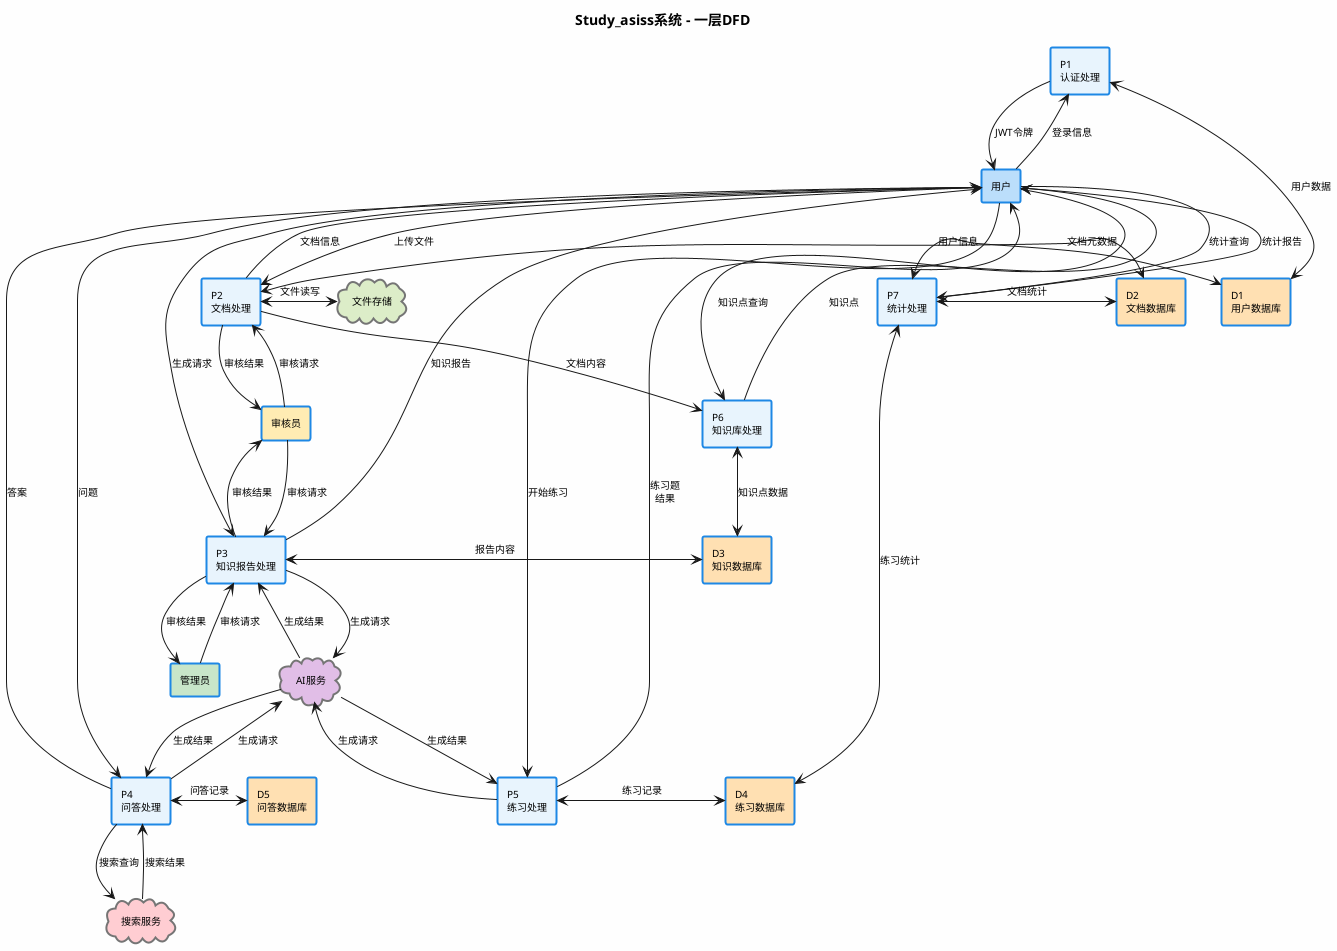
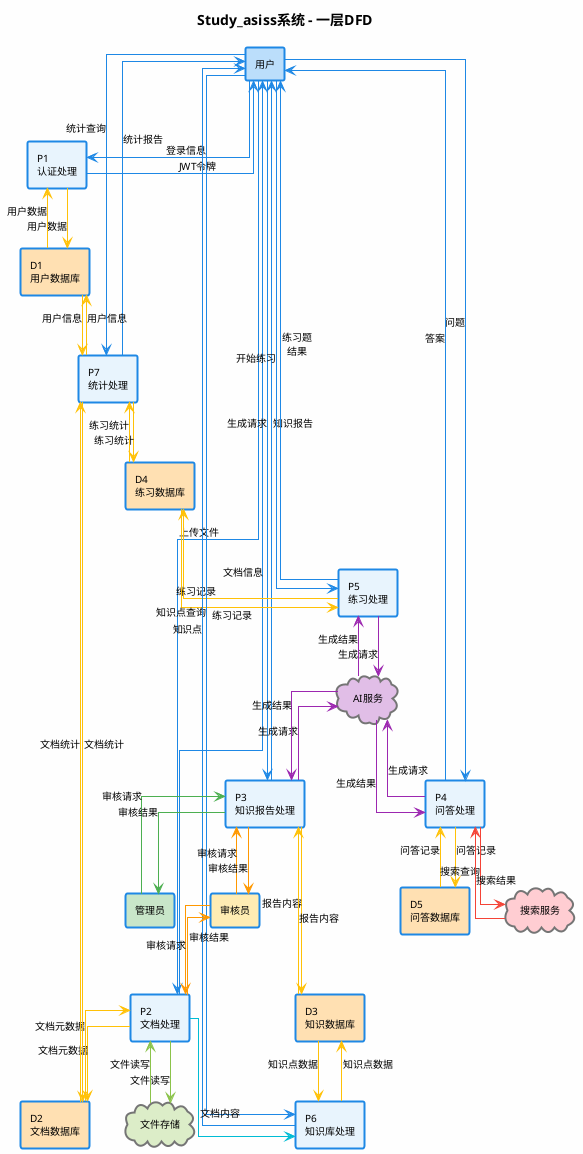
@startuml DFD_Level1
skinparam backgroundColor #FEFEFE
skinparam handwritten false
skinparam defaultFontSize 10
skinparam defaultFontName "Microsoft YaHei"
+ skinparam linetype ortho
skinparam rectangleBackgroundColor #E8F4FD
skinparam rectangleBorderColor #1E88E5
skinparam rectangleBorderThickness 2
skinparam activityBackgroundColor #F3E5F5
skinparam activityBorderColor #7B1FA2
skinparam activityBorderThickness 2
skinparam cloudBackgroundColor #E0E0E0
skinparam cloudBorderColor #757575
skinparam cloudBorderThickness 2

title Study_asiss系统 - 一层DFD

top to bottom direction

rectangle "用户" as User #BBDEFB
rectangle "管理员" as Admin #C8E6C9
rectangle "审核员" as Auditor #FFECB3

cloud "AI服务" as AI #E1BEE7
cloud "搜索服务" as Search #FFCDD2
cloud "文件存储" as FileStorage #DCEDC8

rectangle "D1\n用户数据库" as D1 #FFE0B2
rectangle "D2\n文档数据库" as D2 #FFE0B2
rectangle "D3\n知识数据库" as D3 #FFE0B2
rectangle "D4\n练习数据库" as D4 #FFE0B2
rectangle "D5\n问答数据库" as D5 #FFE0B2

rectangle "P1\n认证处理" as P1 #E8F4FD
rectangle "P2\n文档处理" as P2 #E8F4FD
rectangle "P3\n知识报告处理" as P3 #E8F4FD
rectangle "P4\n问答处理" as P4 #E8F4FD
rectangle "P5\n练习处理" as P5 #E8F4FD
rectangle "P6\n知识库处理" as P6 #E8F4FD
rectangle "P7\n统计处理" as P7 #E8F4FD

- User --> P1 : 登录信息
- P1 --> User : JWT令牌
- P1 <-> D1 : 用户数据
+ User -[#1E88E5]-> P1 : 登录信息
+ P1 -[#1E88E5]-> User : JWT令牌
+ P1 -[#FFC107]-> D1 : 用户数据
+ D1 -[#FFC107]-> P1 : 用户数据

- User --> P2 : 上传文件
- P2 --> User : 文档信息
- P2 <-> D2 : 文档元数据
- P2 <-> FileStorage : 文件读写
+ User -[#1E88E5]-> P2 : 上传文件
+ P2 -[#1E88E5]-> User : 文档信息
+ P2 -[#FFC107]-> D2 : 文档元数据
+ D2 -[#FFC107]-> P2 : 文档元数据
+ P2 -[#8BC34A]-> FileStorage : 文件读写
+ FileStorage -[#8BC34A]-> P2 : 文件读写

- User --> P3 : 生成请求
- P3 --> User : 知识报告
- P3 <-> D3 : 报告内容
- P3 --> AI : 生成请求
- AI --> P3 : 生成结果
+ User -[#1E88E5]-> P3 : 生成请求
+ P3 -[#1E88E5]-> User : 知识报告
+ P3 -[#FFC107]-> D3 : 报告内容
+ D3 -[#FFC107]-> P3 : 报告内容
+ P3 -[#9C27B0]-> AI : 生成请求
+ AI -[#9C27B0]-> P3 : 生成结果

- User --> P4 : 问题
- P4 --> User : 答案
- P4 <-> D5 : 问答记录
- P4 --> AI : 生成请求
- AI --> P4 : 生成结果
- P4 --> Search : 搜索查询
- Search --> P4 : 搜索结果
+ User -[#1E88E5]-> P4 : 问题
+ P4 -[#1E88E5]-> User : 答案
+ P4 -[#FFC107]-> D5 : 问答记录
+ D5 -[#FFC107]-> P4 : 问答记录
+ P4 -[#9C27B0]-> AI : 生成请求
+ AI -[#9C27B0]-> P4 : 生成结果
+ P4 -[#F44336]-> Search : 搜索查询
+ Search -[#F44336]-> P4 : 搜索结果

- User --> P5 : 开始练习
- P5 --> User : 练习题\n结果
- P5 <-> D4 : 练习记录
- P5 --> AI : 生成请求
- AI --> P5 : 生成结果
+ User -[#1E88E5]-> P5 : 开始练习
+ P5 -[#1E88E5]-> User : 练习题\n结果
+ P5 -[#FFC107]-> D4 : 练习记录
+ D4 -[#FFC107]-> P5 : 练习记录
+ P5 -[#9C27B0]-> AI : 生成请求
+ AI -[#9C27B0]-> P5 : 生成结果

- User --> P6 : 知识点查询
- P6 --> User : 知识点
- P6 <-> D3 : 知识点数据
+ User -[#1E88E5]-> P6 : 知识点查询
+ P6 -[#1E88E5]-> User : 知识点
+ P6 -[#FFC107]-> D3 : 知识点数据
+ D3 -[#FFC107]-> P6 : 知识点数据

- User --> P7 : 统计查询
- P7 --> User : 统计报告
- P7 <-> D1 : 用户信息
- P7 <-> D2 : 文档统计
- P7 <-> D4 : 练习统计
+ User -[#1E88E5]-> P7 : 统计查询
+ P7 -[#1E88E5]-> User : 统计报告
+ P7 -[#FFC107]-> D1 : 用户信息
+ D1 -[#FFC107]-> P7 : 用户信息
+ P7 -[#FFC107]-> D2 : 文档统计
+ D2 -[#FFC107]-> P7 : 文档统计
+ P7 -[#FFC107]-> D4 : 练习统计
+ D4 -[#FFC107]-> P7 : 练习统计

- Admin --> P3 : 审核请求
- P3 --> Admin : 审核结果
+ Admin -[#4CAF50]-> P3 : 审核请求
+ P3 -[#4CAF50]-> Admin : 审核结果

- Auditor --> P2 : 审核请求
- P2 --> Auditor : 审核结果
+ Auditor -[#FF9800]-> P2 : 审核请求
+ P2 -[#FF9800]-> Auditor : 审核结果

- Auditor --> P3 : 审核请求
- P3 --> Auditor : 审核结果
+ Auditor -[#FF9800]-> P3 : 审核请求
+ P3 -[#FF9800]-> Auditor : 审核结果

- P2 --> P6 : 文档内容
+ P2 -[#00BCD4]-> P6 : 文档内容

@enduml